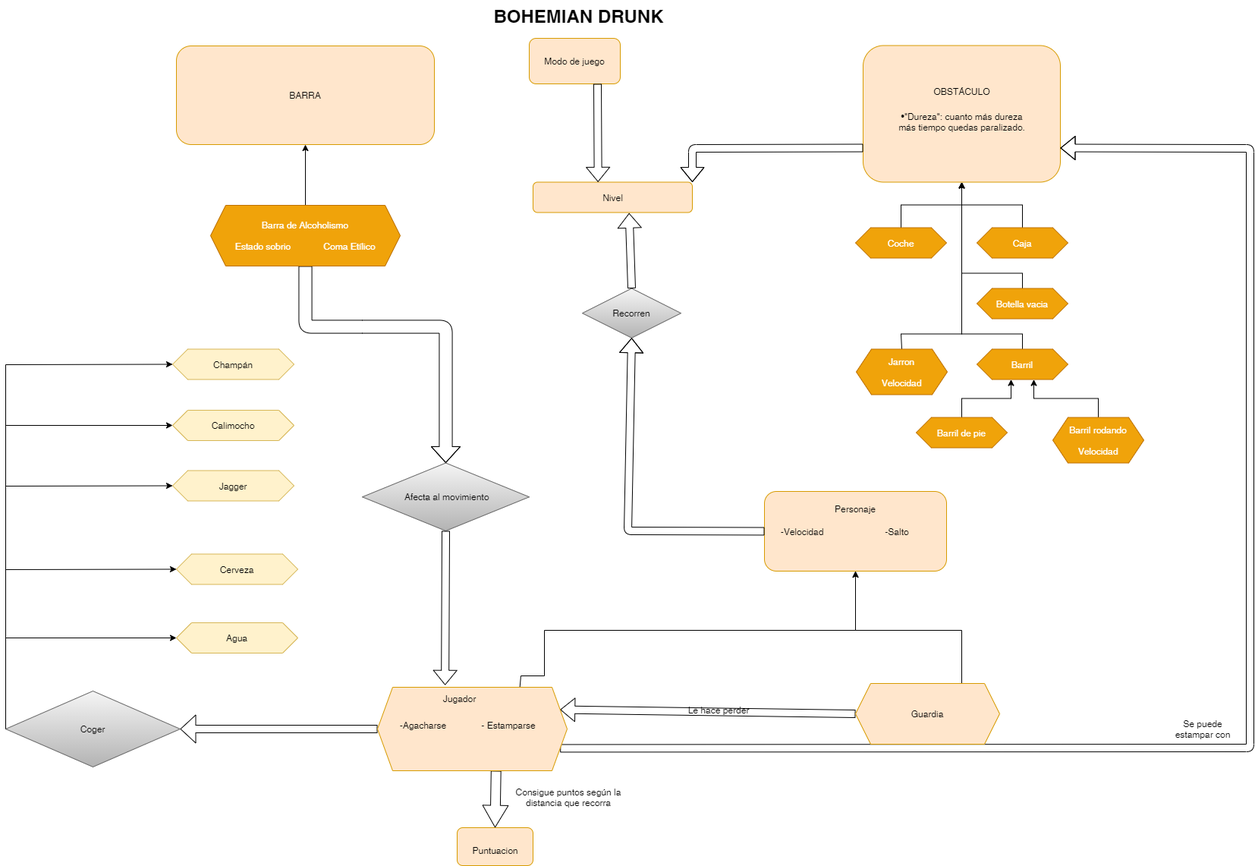
This is recursos_gdd/diagrama.png from dbrey/Proyecto-PVLI, a draw.io export, as it was before one commit. Source tidied: cells renumbered, new cells last; positions are measured from the earlier drawing's top-left corner, leaving out a move shared by most shapes.
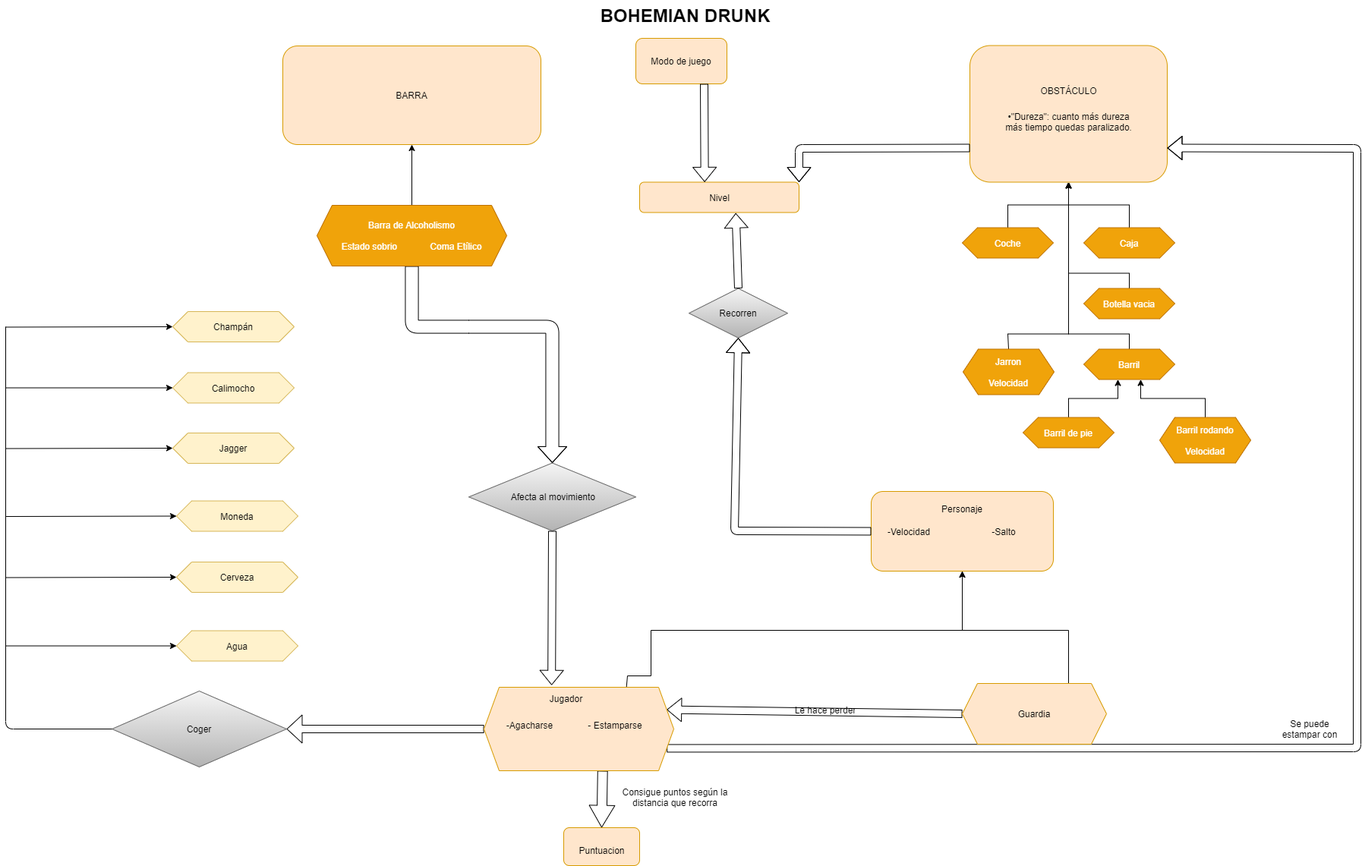
After the change.

Commit message:
Actualizar UML

What changed in the source:
```diff
@@ -20,16 +20,16 @@
       </mxGeometry>
     </mxCell>
     <mxCell id="5" value="Cerveza" style="shape=hexagon;perimeter=hexagonPerimeter2;whiteSpace=wrap;html=1;fixedSize=1;fillColor=#fff2cc;strokeColor=#d6b656;" parent="1" vertex="1">
-      <mxGeometry x="225" y="729.5" width="160" height="40" as="geometry" />
+      <mxGeometry x="85" y="740" width="160" height="40" as="geometry" />
     </mxCell>
     <mxCell id="6" value="Agua" style="shape=hexagon;perimeter=hexagonPerimeter2;whiteSpace=wrap;html=1;fixedSize=1;fillColor=#fff2cc;strokeColor=#d6b656;" parent="1" vertex="1">
-      <mxGeometry x="225" y="820" width="160" height="40" as="geometry" />
+      <mxGeometry x="85" y="830.5" width="160" height="40" as="geometry" />
     </mxCell>
     <mxCell id="7" value="Jagger" style="shape=hexagon;perimeter=hexagonPerimeter2;whiteSpace=wrap;html=1;fixedSize=1;fillColor=#fff2cc;strokeColor=#d6b656;" parent="1" vertex="1">
-      <mxGeometry x="220" y="619.5" width="160" height="40" as="geometry" />
+      <mxGeometry x="80" y="570" width="160" height="40" as="geometry" />
     </mxCell>
     <mxCell id="8" value="Calimocho" style="shape=hexagon;perimeter=hexagonPerimeter2;whiteSpace=wrap;html=1;fixedSize=1;fillColor=#fff2cc;strokeColor=#d6b656;" parent="1" vertex="1">
-      <mxGeometry x="220" y="540" width="160" height="40" as="geometry" />
+      <mxGeometry x="80" y="490.5" width="160" height="40" as="geometry" />
     </mxCell>
     <mxCell id="9" style="rounded=1;whiteSpace=wrap;html=1;fillColor=#ffe6cc;strokeColor=#d79b00;" parent="1" vertex="1">
       <mxGeometry x="1130" y="59.5" width="260" height="180" as="geometry" />
@@ -40,25 +40,28 @@
     <mxCell id="11" value="•&quot;Dureza&quot;: cuanto más dureza&lt;br&gt;más tiempo quedas paralizado." style="text;html=1;align=center;verticalAlign=middle;" parent="1" vertex="1">
       <mxGeometry x="1170" y="144.5" width="180" height="30" as="geometry" />
     </mxCell>
-    <mxCell id="12" style="endArrow=classic;html=1;entryX=0;entryY=0.5;entryDx=0;entryDy=0;" parent="1" edge="1" target="5">
+    <mxCell id="12" style="endArrow=classic;html=1;entryX=0;entryY=0.5;entryDx=0;entryDy=0;" parent="1" edge="1">
       <mxGeometry relative="1" as="geometry">
-        <mxPoint y="750" as="sourcePoint" />
+        <mxPoint x="-140" y="760.5" as="sourcePoint" />
+        <mxPoint x="85" y="760" as="targetPoint" />
       </mxGeometry>
     </mxCell>
-    <mxCell id="13" style="endArrow=classic;html=1;entryX=0;entryY=0.5;entryDx=0;entryDy=0;" parent="1" edge="1" target="8">
+    <mxCell id="13" style="endArrow=classic;html=1;entryX=0;entryY=0.5;entryDx=0;entryDy=0;" parent="1" edge="1">
       <mxGeometry relative="1" as="geometry">
-        <mxPoint y="560" as="sourcePoint" />
+        <mxPoint x="-140" y="510.5" as="sourcePoint" />
+        <mxPoint x="80" y="510.5" as="targetPoint" />
       </mxGeometry>
     </mxCell>
     <mxCell id="14" value="Puntuacion&lt;br&gt;" style="text;html=1;align=center;verticalAlign=middle;" parent="1" vertex="1">
       <mxGeometry x="605" y="1110" width="80" height="20" as="geometry" />
     </mxCell>
     <mxCell id="15" value="Champán" style="shape=hexagon;perimeter=hexagonPerimeter2;whiteSpace=wrap;html=1;fixedSize=1;fillColor=#fff2cc;strokeColor=#d6b656;" parent="1" vertex="1">
-      <mxGeometry x="220" y="459.5" width="160" height="40" as="geometry" />
+      <mxGeometry x="80" y="410" width="160" height="40" as="geometry" />
     </mxCell>
-    <mxCell id="16" style="endArrow=classic;html=1;entryX=0;entryY=0.5;entryDx=0;entryDy=0;" parent="1" edge="1" target="15">
+    <mxCell id="16" style="endArrow=classic;html=1;entryX=0;entryY=0.5;entryDx=0;entryDy=0;" parent="1" edge="1">
       <mxGeometry relative="1" as="geometry">
-        <mxPoint y="480" as="sourcePoint" />
+        <mxPoint x="-140" y="430.5" as="sourcePoint" />
+        <mxPoint x="80" y="430" as="targetPoint" />
       </mxGeometry>
     </mxCell>
     <mxCell id="17" style="edgeStyle=orthogonalEdgeStyle;rounded=0;jettySize=auto;html=1;entryX=0.5;entryY=1;entryDx=0;entryDy=0;exitX=0.625;exitY=0;exitDx=0;exitDy=0;" parent="1" edge="1" source="48" target="42">
@@ -244,17 +247,22 @@
     </mxCell>
     <mxCell id="63" style="endArrow=none;html=1;exitX=0;exitY=0.5;exitDx=0;exitDy=0;" parent="1" edge="1" source="38">
       <mxGeometry relative="1" as="geometry">
-        <mxPoint y="480" as="targetPoint" />
+        <mxPoint x="-140" y="430" as="targetPoint" />
+        <Array as="points">
+          <mxPoint x="-140" y="960" />
+        </Array>
       </mxGeometry>
     </mxCell>
-    <mxCell id="64" style="endArrow=classic;html=1;entryX=0;entryY=0.5;entryDx=0;entryDy=0;" parent="1" edge="1" target="7">
+    <mxCell id="64" style="endArrow=classic;html=1;entryX=0;entryY=0.5;entryDx=0;entryDy=0;" parent="1" edge="1">
       <mxGeometry relative="1" as="geometry">
-        <mxPoint y="640" as="sourcePoint" />
+        <mxPoint x="-140" y="590.5" as="sourcePoint" />
+        <mxPoint x="80" y="590" as="targetPoint" />
       </mxGeometry>
     </mxCell>
-    <mxCell id="65" style="endArrow=classic;html=1;entryX=0;entryY=0.5;entryDx=0;entryDy=0;" parent="1" edge="1" target="6">
+    <mxCell id="65" style="endArrow=classic;html=1;entryX=0;entryY=0.5;entryDx=0;entryDy=0;" parent="1" edge="1">
       <mxGeometry relative="1" as="geometry">
-        <mxPoint y="840" as="sourcePoint" />
+        <mxPoint x="-140" y="850.5" as="sourcePoint" />
+        <mxPoint x="85" y="850.5" as="targetPoint" />
       </mxGeometry>
     </mxCell>
     <mxCell id="66" style="shape=flexArrow;endArrow=classic;html=1;exitX=0;exitY=0.75;exitDx=0;exitDy=0;entryX=1;entryY=0;entryDx=0;entryDy=0;" parent="1" edge="1" source="9" target="40">
@@ -264,5 +272,14 @@
         </Array>
       </mxGeometry>
     </mxCell>
+    <mxCell id="67" value="Moneda" style="shape=hexagon;perimeter=hexagonPerimeter2;whiteSpace=wrap;html=1;fixedSize=1;fillColor=#fff2cc;strokeColor=#d6b656;" parent="1" vertex="1">
+      <mxGeometry x="85" y="659.5" width="160" height="40" as="geometry" />
+    </mxCell>
+    <mxCell id="68" style="endArrow=classic;html=1;entryX=0;entryY=0.5;entryDx=0;entryDy=0;" parent="1" edge="1">
+      <mxGeometry relative="1" as="geometry">
+        <mxPoint x="-140" y="680" as="sourcePoint" />
+        <mxPoint x="85" y="679.5" as="targetPoint" />
+      </mxGeometry>
+    </mxCell>
   </root>
 </mxGraphModel>
```
